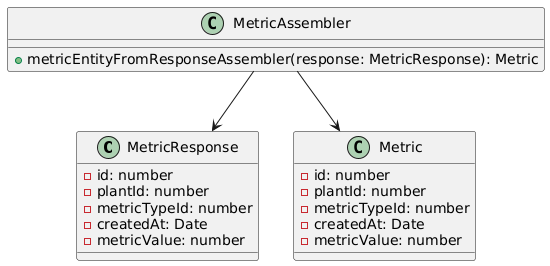
Above: assets/class-diagrams/analyticWeb.png in wemade-IoT/Documents_Repository (PlantUML), before the change.
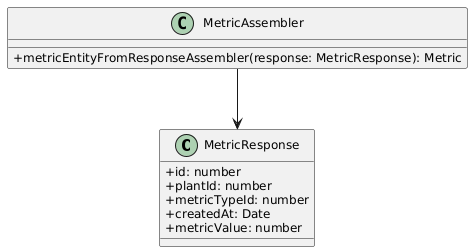
The same file after the commit.

Commit message:
docs: changed management and analytic web and mobile app class diagrams

Diff of the diagram source:
```diff
@@ -1,27 +1,20 @@
 @startuml
+skinparam classAttributeIconSize 0
+skinparam classFontSize 14
+skinparam classAttributeFontSize 12
+skinparam classMethodFontSize 12
 
 class MetricResponse {
-  - id: number
-  - plantId: number
-  - metricTypeId: number
-  - createdAt: Date
-  - metricValue: number
+  + id: number
+  + plantId: number
+  + metricTypeId: number
+  + createdAt: Date
+  + metricValue: number
 }
 
-
-class Metric {
-  - id: number
-  - plantId: number
-  - metricTypeId: number
-  - createdAt: Date
-  - metricValue: number
-}
-
-
 class MetricAssembler {
-  +metricEntityFromResponseAssembler(response: MetricResponse): Metric
+  + metricEntityFromResponseAssembler(response: MetricResponse): Metric
 }
 
 MetricAssembler --> MetricResponse
-MetricAssembler --> Metric
 @enduml
```
